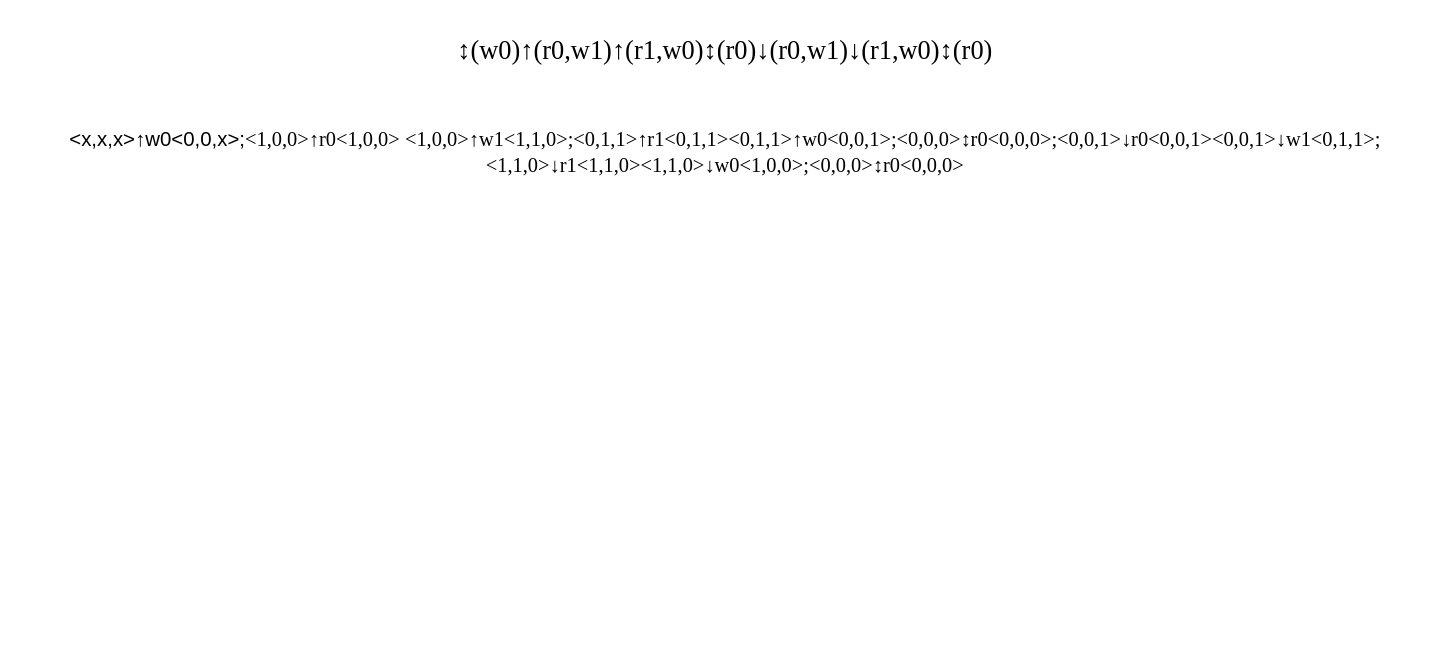
The draw.io diagram doc/March C.drawio in shanshan-lu/homwork, before the edit. Source tidied: cells renumbered, new cells numbered last; positions are measured from the earlier drawing's top-left corner, leaving out a move shared by most shapes. Both pictures are drawn from the tidied source at 120%, with x=0, y=0 at pixel (29, 38).
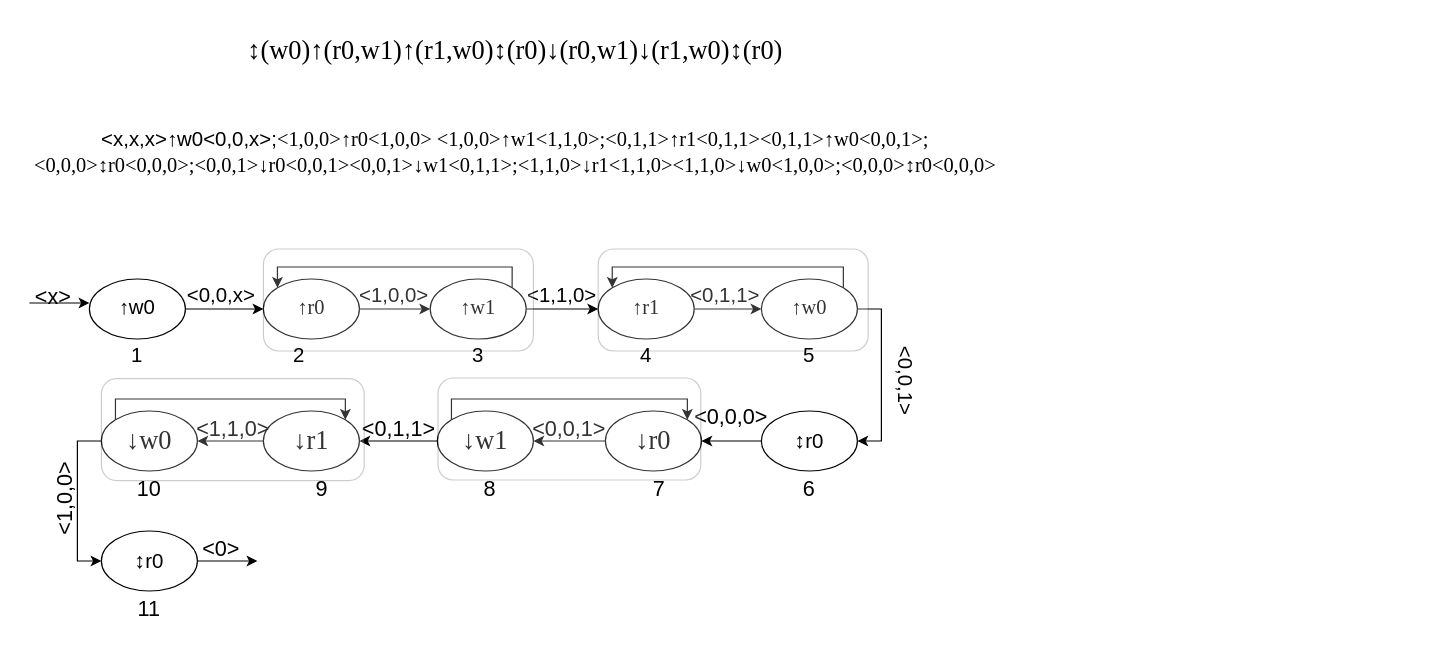
The same page after the edit.

The edit, as a diff of the source:
```diff
@@
     <mxCell id="2" value="&lt;p class=&quot;MsoNormal&quot;&gt;&lt;span style=&quot;font-family: &amp;quot;Times New Roman&amp;quot;;&quot;&gt;&lt;font style=&quot;font-size: 22px;&quot;&gt;↕(w0)↑(r0,w1)↑(r1,w0)↕(r0)↓(r0,w1)↓(r1,w0)↕(r0)&lt;/font&gt;&lt;/span&gt;&lt;/p&gt;" style="text;html=1;strokeColor=none;fillColor=none;align=center;verticalAlign=middle;whiteSpace=wrap;rounded=0;" parent="1" vertex="1">
-      <mxGeometry x="370" width="420" height="20" as="geometry" />
+      <mxGeometry x="195" width="420" height="20" as="geometry" />
     </mxCell>
     <mxCell id="3" value="&lt;p style=&quot;font-size: 17px;&quot; class=&quot;MsoNormal&quot;&gt;&lt;span&gt;&amp;lt;x,x,x&amp;gt;↑w0&amp;lt;0,0,x&amp;gt;;&lt;/span&gt;&lt;span style=&quot;font-family: &amp;quot;Times New Roman&amp;quot;; background-color: initial;&quot;&gt;&amp;lt;1,0,0&amp;gt;↑r0&amp;lt;1,0,0&amp;gt; &amp;lt;1,0,0&amp;gt;↑w1&amp;lt;1,1,0&amp;gt;;&lt;/span&gt;&lt;span style=&quot;font-family: &amp;quot;Times New Roman&amp;quot;; background-color: initial;&quot;&gt;&amp;lt;0,1,1&amp;gt;↑r1&amp;lt;0,1,1&amp;gt;&amp;lt;0,1,1&amp;gt;↑w0&amp;lt;0,0,1&amp;gt;;&lt;/span&gt;&lt;span style=&quot;font-family: &amp;quot;Times New Roman&amp;quot;; background-color: initial;&quot;&gt;&amp;lt;0,0,0&amp;gt;↕r0&amp;lt;0,0,0&amp;gt;;&lt;/span&gt;&lt;span style=&quot;font-family: &amp;quot;Times New Roman&amp;quot;; background-color: initial;&quot;&gt;&amp;lt;0,0,1&amp;gt;↓r0&amp;lt;0,0,1&amp;gt;&amp;lt;0,0,1&amp;gt;↓w1&amp;lt;0,1,1&amp;gt;;&lt;/span&gt;&lt;span style=&quot;font-family: &amp;quot;Times New Roman&amp;quot;; background-color: initial;&quot;&gt;&amp;lt;1,1,0&amp;gt;↓r1&amp;lt;1,1,0&amp;gt;&amp;lt;1,1,0&amp;gt;↓w0&amp;lt;1,0,0&amp;gt;;&lt;/span&gt;&lt;span style=&quot;font-family: &amp;quot;Times New Roman&amp;quot;; background-color: initial;&quot;&gt;&amp;lt;0,0,0&amp;gt;↕r0&amp;lt;0,0,0&amp;gt;&lt;/span&gt;&lt;/p&gt;" style="text;html=1;strokeColor=none;fillColor=none;align=center;verticalAlign=middle;whiteSpace=wrap;rounded=0;" parent="1" vertex="1">
-      <mxGeometry y="70" width="1160" height="50" as="geometry" />
+      <mxGeometry y="70" width="810" height="50" as="geometry" />
     </mxCell>
+    <mxCell id="4" style="edgeStyle=orthogonalEdgeStyle;rounded=0;jettySize=auto;html=1;exitX=1;exitY=0.5;exitDx=0;exitDy=0;entryX=0;entryY=0.5;entryDx=0;entryDy=0;fontSize=17;" parent="1" edge="1" source="5" target="7">
+      <mxGeometry relative="1" as="geometry" />
+    </mxCell>
+    <mxCell id="5" value="↑w0" style="ellipse;whiteSpace=wrap;html=1;fontSize=17;" parent="1" vertex="1">
+      <mxGeometry x="50" y="200" width="80" height="50" as="geometry" />
+    </mxCell>
+    <mxCell id="6" style="edgeStyle=orthogonalEdgeStyle;rounded=0;jettySize=auto;html=1;exitX=1;exitY=0.5;exitDx=0;exitDy=0;entryX=0;entryY=0.5;entryDx=0;entryDy=0;fontSize=17;" parent="1" edge="1" source="7" target="10">
+      <mxGeometry relative="1" as="geometry" />
+    </mxCell>
+    <mxCell id="7" value="&lt;span style=&quot;font-family: &amp;quot;Times New Roman&amp;quot;;&quot;&gt;↑r0&lt;/span&gt;" style="ellipse;whiteSpace=wrap;html=1;fontSize=17;" parent="1" vertex="1">
+      <mxGeometry x="195" y="200" width="80" height="50" as="geometry" />
+    </mxCell>
+    <mxCell id="8" style="edgeStyle=orthogonalEdgeStyle;rounded=0;jettySize=auto;html=1;exitX=1;exitY=0.5;exitDx=0;exitDy=0;entryX=0;entryY=0.5;entryDx=0;entryDy=0;fontSize=17;" parent="1" edge="1" source="10" target="15">
+      <mxGeometry relative="1" as="geometry" />
+    </mxCell>
+    <mxCell id="9" style="edgeStyle=orthogonalEdgeStyle;rounded=0;jettySize=auto;html=1;exitX=1;exitY=0;exitDx=0;exitDy=0;entryX=0;entryY=0;entryDx=0;entryDy=0;fontSize=17;" parent="1" edge="1" source="10" target="7">
+      <mxGeometry relative="1" as="geometry">
+        <Array as="points">
+          <mxPoint x="402" y="190" />
+          <mxPoint x="207" y="190" />
+        </Array>
+      </mxGeometry>
+    </mxCell>
+    <mxCell id="10" value="&lt;span style=&quot;font-family: &amp;quot;Times New Roman&amp;quot;;&quot;&gt;↑w1&lt;/span&gt;" style="ellipse;whiteSpace=wrap;html=1;fontSize=17;" parent="1" vertex="1">
+      <mxGeometry x="334" y="200" width="80" height="50" as="geometry" />
+    </mxCell>
+    <mxCell id="11" value="&amp;lt;0,0,x&amp;gt;" style="text;html=1;strokeColor=none;fillColor=none;align=center;verticalAlign=middle;whiteSpace=wrap;rounded=0;glass=0;fontSize=17;opacity=20;" parent="1" vertex="1">
+      <mxGeometry x="130" y="200" width="60" height="30" as="geometry" />
+    </mxCell>
+    <mxCell id="12" value="&amp;lt;1,0,0&amp;gt;" style="text;html=1;strokeColor=none;fillColor=none;align=center;verticalAlign=middle;whiteSpace=wrap;rounded=0;glass=0;fontSize=17;opacity=20;" parent="1" vertex="1">
+      <mxGeometry x="274" y="200" width="60" height="30" as="geometry" />
+    </mxCell>
+    <mxCell id="13" value="&amp;lt;1,1,0&amp;gt;" style="text;html=1;strokeColor=none;fillColor=none;align=center;verticalAlign=middle;whiteSpace=wrap;rounded=0;glass=0;fontSize=17;opacity=20;" parent="1" vertex="1">
+      <mxGeometry x="414" y="200" width="60" height="30" as="geometry" />
+    </mxCell>
+    <mxCell id="14" style="edgeStyle=orthogonalEdgeStyle;rounded=0;jettySize=auto;html=1;exitX=1;exitY=0.5;exitDx=0;exitDy=0;entryX=0;entryY=0.5;entryDx=0;entryDy=0;fontSize=17;" parent="1" edge="1" source="15" target="22">
+      <mxGeometry relative="1" as="geometry" />
+    </mxCell>
+    <mxCell id="15" value="&lt;span style=&quot;font-family: &amp;quot;Times New Roman&amp;quot;;&quot;&gt;↑r1&lt;/span&gt;" style="ellipse;whiteSpace=wrap;html=1;fontSize=17;" parent="1" vertex="1">
+      <mxGeometry x="474" y="200" width="80" height="50" as="geometry" />
+    </mxCell>
+    <mxCell id="16" style="rounded=1;whiteSpace=wrap;html=1;glass=0;fontSize=17;strokeColor=#000000;opacity=20;" parent="1" vertex="1">
+      <mxGeometry x="195" y="175" width="225" height="85" as="geometry" />
+    </mxCell>
+    <mxCell id="17" value="1" style="text;html=1;strokeColor=none;fillColor=none;align=center;verticalAlign=middle;whiteSpace=wrap;rounded=0;glass=0;fontSize=17;opacity=20;" parent="1" vertex="1">
+      <mxGeometry x="60" y="250" width="60" height="30" as="geometry" />
+    </mxCell>
+    <mxCell id="18" value="2" style="text;html=1;strokeColor=none;fillColor=none;align=center;verticalAlign=middle;whiteSpace=wrap;rounded=0;glass=0;fontSize=17;opacity=20;" parent="1" vertex="1">
+      <mxGeometry x="195" y="250" width="60" height="30" as="geometry" />
+    </mxCell>
+    <mxCell id="19" value="3" style="text;html=1;strokeColor=none;fillColor=none;align=center;verticalAlign=middle;whiteSpace=wrap;rounded=0;glass=0;fontSize=17;opacity=20;" parent="1" vertex="1">
+      <mxGeometry x="344" y="250" width="60" height="30" as="geometry" />
+    </mxCell>
+    <mxCell id="20" style="edgeStyle=orthogonalEdgeStyle;rounded=0;jettySize=auto;html=1;exitX=1;exitY=0;exitDx=0;exitDy=0;entryX=0;entryY=0;entryDx=0;entryDy=0;fontSize=17;" parent="1" edge="1" source="22" target="15">
+      <mxGeometry relative="1" as="geometry">
+        <Array as="points">
+          <mxPoint x="678" y="190" />
+          <mxPoint x="486" y="190" />
+        </Array>
+      </mxGeometry>
+    </mxCell>
+    <mxCell id="21" style="edgeStyle=orthogonalEdgeStyle;rounded=0;jettySize=auto;html=1;exitX=1;exitY=0.5;exitDx=0;exitDy=0;entryX=1;entryY=0.5;entryDx=0;entryDy=0;fontSize=17;" parent="1" edge="1" source="22" target="28">
+      <mxGeometry relative="1" as="geometry" />
+    </mxCell>
+    <mxCell id="22" value="&lt;span style=&quot;font-family: &amp;quot;Times New Roman&amp;quot;;&quot;&gt;↑w0&lt;/span&gt;" style="ellipse;whiteSpace=wrap;html=1;fontSize=17;" parent="1" vertex="1">
+      <mxGeometry x="610" y="200" width="80" height="50" as="geometry" />
+    </mxCell>
+    <mxCell id="23" value="&amp;lt;0,1,1&amp;gt;" style="text;html=1;strokeColor=none;fillColor=none;align=center;verticalAlign=middle;whiteSpace=wrap;rounded=0;glass=0;fontSize=17;opacity=20;" parent="1" vertex="1">
+      <mxGeometry x="550" y="200" width="60" height="30" as="geometry" />
+    </mxCell>
+    <mxCell id="24" style="rounded=1;whiteSpace=wrap;html=1;glass=0;fontSize=17;strokeColor=#000000;opacity=20;" parent="1" vertex="1">
+      <mxGeometry x="474" y="175" width="225" height="85" as="geometry" />
+    </mxCell>
+    <mxCell id="25" value="4" style="text;html=1;strokeColor=none;fillColor=none;align=center;verticalAlign=middle;whiteSpace=wrap;rounded=0;glass=0;fontSize=17;opacity=20;" parent="1" vertex="1">
+      <mxGeometry x="484" y="250" width="60" height="30" as="geometry" />
+    </mxCell>
+    <mxCell id="26" value="5" style="text;html=1;strokeColor=none;fillColor=none;align=center;verticalAlign=middle;whiteSpace=wrap;rounded=0;glass=0;fontSize=17;opacity=20;" parent="1" vertex="1">
+      <mxGeometry x="620" y="250" width="60" height="30" as="geometry" />
+    </mxCell>
+    <mxCell id="27" style="edgeStyle=orthogonalEdgeStyle;rounded=0;jettySize=auto;html=1;exitX=0;exitY=0.5;exitDx=0;exitDy=0;fontSize=18;" parent="1" edge="1" source="28" target="40">
+      <mxGeometry relative="1" as="geometry" />
+    </mxCell>
+    <mxCell id="28" value="&lt;span style=&quot;font-family: &amp;quot;Times New Roman&amp;quot;;&quot;&gt;&lt;font style=&quot;font-size: 18px;&quot;&gt;↕&lt;/font&gt;&lt;/span&gt;r0" style="ellipse;whiteSpace=wrap;html=1;fontSize=17;" parent="1" vertex="1">
+      <mxGeometry x="610" y="310" width="80" height="50" as="geometry" />
+    </mxCell>
+    <mxCell id="29" value="&amp;lt;0,0,1&amp;gt;" style="text;html=1;strokeColor=none;fillColor=none;align=center;verticalAlign=middle;whiteSpace=wrap;rounded=0;glass=0;fontSize=17;opacity=20;rotation=90;" parent="1" vertex="1">
+      <mxGeometry x="699" y="270" width="60" height="30" as="geometry" />
+    </mxCell>
+    <mxCell id="30" style="edgeStyle=orthogonalEdgeStyle;rounded=0;jettySize=auto;html=1;exitX=0;exitY=0.5;exitDx=0;exitDy=0;entryX=1;entryY=0.5;entryDx=0;entryDy=0;fontSize=18;" parent="1" edge="1" source="32" target="34">
+      <mxGeometry relative="1" as="geometry" />
+    </mxCell>
+    <mxCell id="31" style="edgeStyle=orthogonalEdgeStyle;rounded=0;jettySize=auto;html=1;exitX=0;exitY=0;exitDx=0;exitDy=0;entryX=1;entryY=0;entryDx=0;entryDy=0;fontSize=18;" parent="1" edge="1" source="32" target="40">
+      <mxGeometry relative="1" as="geometry">
+        <Array as="points">
+          <mxPoint x="352" y="300" />
+          <mxPoint x="548" y="300" />
+        </Array>
+      </mxGeometry>
+    </mxCell>
+    <mxCell id="32" value="&lt;span style=&quot;font-family: &amp;quot;Times New Roman&amp;quot;; font-size: 22px;&quot;&gt;↓w1&lt;/span&gt;" style="ellipse;whiteSpace=wrap;html=1;fontSize=17;" parent="1" vertex="1">
+      <mxGeometry x="340" y="310" width="80" height="50" as="geometry" />
+    </mxCell>
+    <mxCell id="33" style="edgeStyle=orthogonalEdgeStyle;rounded=0;jettySize=auto;html=1;exitX=0;exitY=0.5;exitDx=0;exitDy=0;fontSize=18;" parent="1" edge="1" source="34" target="38">
+      <mxGeometry relative="1" as="geometry" />
+    </mxCell>
+    <mxCell id="34" value="&lt;span style=&quot;font-family: &amp;quot;Times New Roman&amp;quot;; font-size: 22px;&quot;&gt;↓r1&lt;/span&gt;" style="ellipse;whiteSpace=wrap;html=1;fontSize=17;" parent="1" vertex="1">
+      <mxGeometry x="195" y="310" width="80" height="50" as="geometry" />
+    </mxCell>
+    <mxCell id="35" value="&lt;span style=&quot;font-family: &amp;quot;Times New Roman&amp;quot;;&quot;&gt;&lt;font style=&quot;font-size: 18px;&quot;&gt;↕&lt;/font&gt;&lt;/span&gt;r0" style="ellipse;whiteSpace=wrap;html=1;fontSize=17;" parent="1" vertex="1">
+      <mxGeometry x="60" y="410" width="80" height="50" as="geometry" />
+    </mxCell>
+    <mxCell id="36" style="edgeStyle=orthogonalEdgeStyle;rounded=0;jettySize=auto;html=1;exitX=0;exitY=0.5;exitDx=0;exitDy=0;entryX=0;entryY=0.5;entryDx=0;entryDy=0;fontSize=18;" parent="1" edge="1" source="38" target="35">
+      <mxGeometry relative="1" as="geometry" />
+    </mxCell>
+    <mxCell id="37" style="edgeStyle=orthogonalEdgeStyle;rounded=0;jettySize=auto;html=1;exitX=0;exitY=0;exitDx=0;exitDy=0;entryX=1;entryY=0;entryDx=0;entryDy=0;fontSize=18;" parent="1" edge="1" source="38" target="34">
+      <mxGeometry relative="1" as="geometry">
+        <Array as="points">
+          <mxPoint x="72" y="300" />
+          <mxPoint x="263" y="300" />
+        </Array>
+      </mxGeometry>
+    </mxCell>
+    <mxCell id="38" value="&lt;span style=&quot;font-family: &amp;quot;Times New Roman&amp;quot;; font-size: 22px;&quot;&gt;↓w0&lt;/span&gt;" style="ellipse;whiteSpace=wrap;html=1;fontSize=17;" parent="1" vertex="1">
+      <mxGeometry x="60" y="310" width="80" height="50" as="geometry" />
+    </mxCell>
+    <mxCell id="39" style="edgeStyle=orthogonalEdgeStyle;rounded=0;jettySize=auto;html=1;exitX=0;exitY=0.5;exitDx=0;exitDy=0;entryX=1;entryY=0.5;entryDx=0;entryDy=0;fontSize=18;" parent="1" edge="1" source="40" target="32">
+      <mxGeometry relative="1" as="geometry" />
+    </mxCell>
+    <mxCell id="40" value="&lt;span style=&quot;font-family: &amp;quot;Times New Roman&amp;quot;; font-size: 22px;&quot;&gt;↓r0&lt;/span&gt;" style="ellipse;whiteSpace=wrap;html=1;fontSize=17;" parent="1" vertex="1">
+      <mxGeometry x="480" y="310" width="80" height="50" as="geometry" />
+    </mxCell>
+    <mxCell id="41" value="&amp;lt;0,0,0&amp;gt;" style="text;html=1;strokeColor=none;fillColor=none;align=center;verticalAlign=middle;whiteSpace=wrap;rounded=0;glass=0;fontSize=18;opacity=20;" parent="1" vertex="1">
+      <mxGeometry x="555" y="300" width="60" height="30" as="geometry" />
+    </mxCell>
+    <mxCell id="42" value="&amp;lt;0,0,1&amp;gt;" style="text;html=1;strokeColor=none;fillColor=none;align=center;verticalAlign=middle;whiteSpace=wrap;rounded=0;glass=0;fontSize=18;opacity=20;" parent="1" vertex="1">
+      <mxGeometry x="420" y="310" width="60" height="30" as="geometry" />
+    </mxCell>
+    <mxCell id="43" value="&amp;lt;0,1,1&amp;gt;" style="text;html=1;strokeColor=none;fillColor=none;align=center;verticalAlign=middle;whiteSpace=wrap;rounded=0;glass=0;fontSize=18;opacity=20;" parent="1" vertex="1">
+      <mxGeometry x="277.5" y="310" width="60" height="30" as="geometry" />
+    </mxCell>
+    <mxCell id="44" style="rounded=1;whiteSpace=wrap;html=1;glass=0;fontSize=17;strokeColor=#000000;opacity=20;" parent="1" vertex="1">
+      <mxGeometry x="340.5" y="282.5" width="219" height="85" as="geometry" />
+    </mxCell>
+    <mxCell id="45" value="&amp;lt;1,1,0&amp;gt;" style="text;html=1;strokeColor=none;fillColor=none;align=center;verticalAlign=middle;whiteSpace=wrap;rounded=0;glass=0;fontSize=18;opacity=20;" parent="1" vertex="1">
+      <mxGeometry x="140" y="310" width="60" height="30" as="geometry" />
+    </mxCell>
+    <mxCell id="46" value="&amp;lt;1,0,0&amp;gt;" style="text;html=1;strokeColor=none;fillColor=none;align=center;verticalAlign=middle;whiteSpace=wrap;rounded=0;glass=0;fontSize=18;opacity=20;rotation=270;" parent="1" vertex="1">
+      <mxGeometry y="368" width="60" height="30" as="geometry" />
+    </mxCell>
+    <mxCell id="47" style="endArrow=classic;html=1;rounded=0;fontSize=18;" parent="1" edge="1">
+      <mxGeometry relative="1" as="geometry">
+        <mxPoint y="220" as="sourcePoint" />
+        <mxPoint x="50" y="220" as="targetPoint" />
+      </mxGeometry>
+    </mxCell>
+    <mxCell id="48" style="endArrow=classic;html=1;rounded=0;fontSize=18;" parent="1" edge="1" source="35">
+      <mxGeometry relative="1" as="geometry">
+        <mxPoint x="190" y="435" as="targetPoint" />
+      </mxGeometry>
+    </mxCell>
+    <mxCell id="49" style="rounded=1;whiteSpace=wrap;html=1;glass=0;fontSize=17;strokeColor=#000000;opacity=20;" parent="1" vertex="1">
+      <mxGeometry x="60" y="283" width="219" height="85" as="geometry" />
+    </mxCell>
+    <mxCell id="50" value="&amp;lt;x&amp;gt;" style="text;html=1;strokeColor=none;fillColor=none;align=center;verticalAlign=middle;whiteSpace=wrap;rounded=0;glass=0;fontSize=18;opacity=20;" parent="1" vertex="1">
+      <mxGeometry y="200" width="40" height="30" as="geometry" />
+    </mxCell>
+    <mxCell id="51" value="&amp;lt;0&amp;gt;" style="text;html=1;strokeColor=none;fillColor=none;align=center;verticalAlign=middle;whiteSpace=wrap;rounded=0;glass=0;fontSize=18;opacity=20;" parent="1" vertex="1">
+      <mxGeometry x="130" y="410" width="60" height="30" as="geometry" />
+    </mxCell>
+    <mxCell id="52" value="6" style="text;html=1;strokeColor=none;fillColor=none;align=center;verticalAlign=middle;whiteSpace=wrap;rounded=0;glass=0;fontSize=18;opacity=20;" parent="1" vertex="1">
+      <mxGeometry x="620" y="360" width="60" height="30" as="geometry" />
+    </mxCell>
+    <mxCell id="53" value="7" style="text;html=1;strokeColor=none;fillColor=none;align=center;verticalAlign=middle;whiteSpace=wrap;rounded=0;glass=0;fontSize=18;opacity=20;" parent="1" vertex="1">
+      <mxGeometry x="495" y="360" width="60" height="30" as="geometry" />
+    </mxCell>
+    <mxCell id="54" value="8" style="text;html=1;strokeColor=none;fillColor=none;align=center;verticalAlign=middle;whiteSpace=wrap;rounded=0;glass=0;fontSize=18;opacity=20;" parent="1" vertex="1">
+      <mxGeometry x="354" y="360" width="60" height="30" as="geometry" />
+    </mxCell>
+    <mxCell id="55" value="9" style="text;html=1;strokeColor=none;fillColor=none;align=center;verticalAlign=middle;whiteSpace=wrap;rounded=0;glass=0;fontSize=18;opacity=20;" parent="1" vertex="1">
+      <mxGeometry x="214" y="360" width="60" height="30" as="geometry" />
+    </mxCell>
+    <mxCell id="56" value="10" style="text;html=1;strokeColor=none;fillColor=none;align=center;verticalAlign=middle;whiteSpace=wrap;rounded=0;glass=0;fontSize=18;opacity=20;" parent="1" vertex="1">
+      <mxGeometry x="70" y="360" width="60" height="30" as="geometry" />
+    </mxCell>
+    <mxCell id="57" value="11" style="text;html=1;strokeColor=none;fillColor=none;align=center;verticalAlign=middle;whiteSpace=wrap;rounded=0;glass=0;fontSize=18;opacity=20;" parent="1" vertex="1">
+      <mxGeometry x="70" y="460" width="60" height="30" as="geometry" />
+    </mxCell>
```
